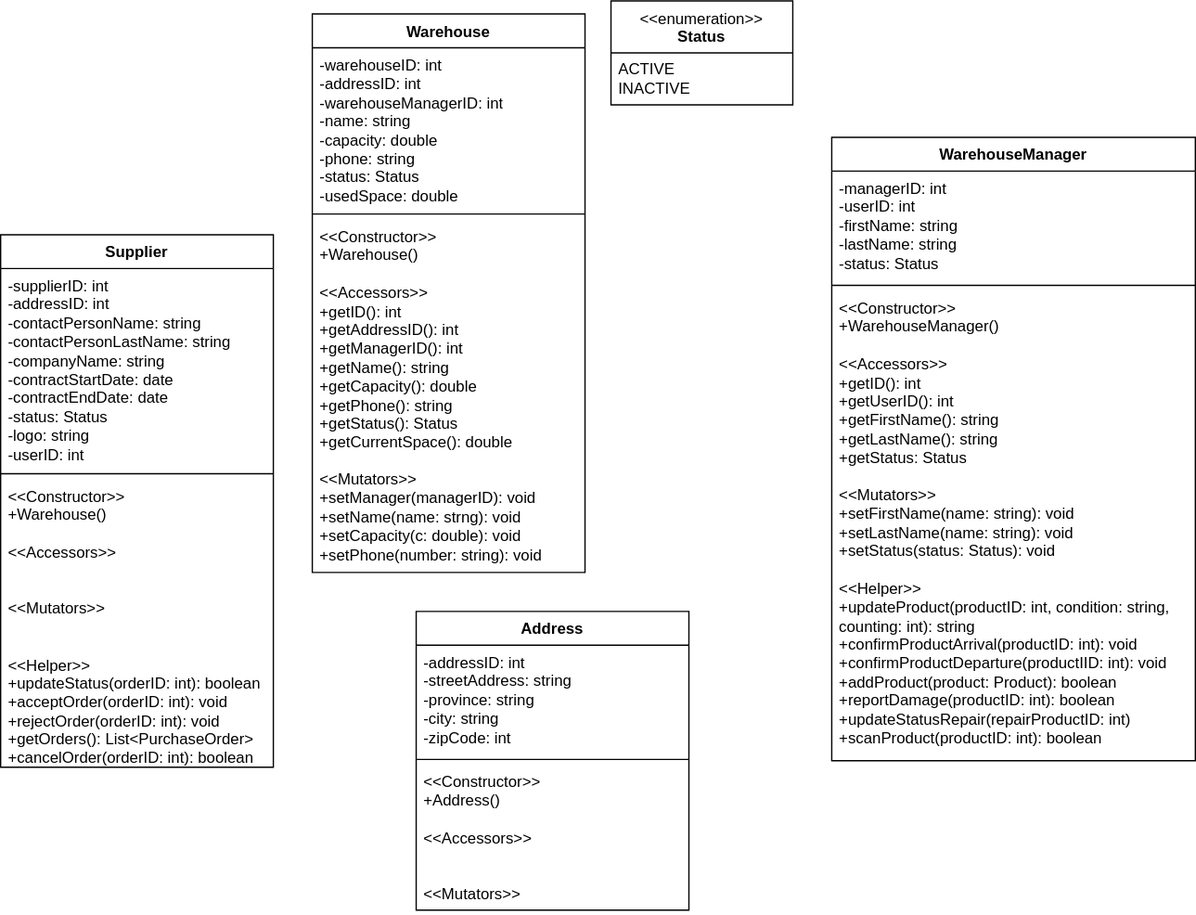
Above: nsirh-classes.svg in Simamkele88/IFM3_GP (draw.io), before the change. Source tidied: cells renumbered, new cells last; positions are measured from the earlier drawing's top-left corner, leaving out a move shared by most shapes.
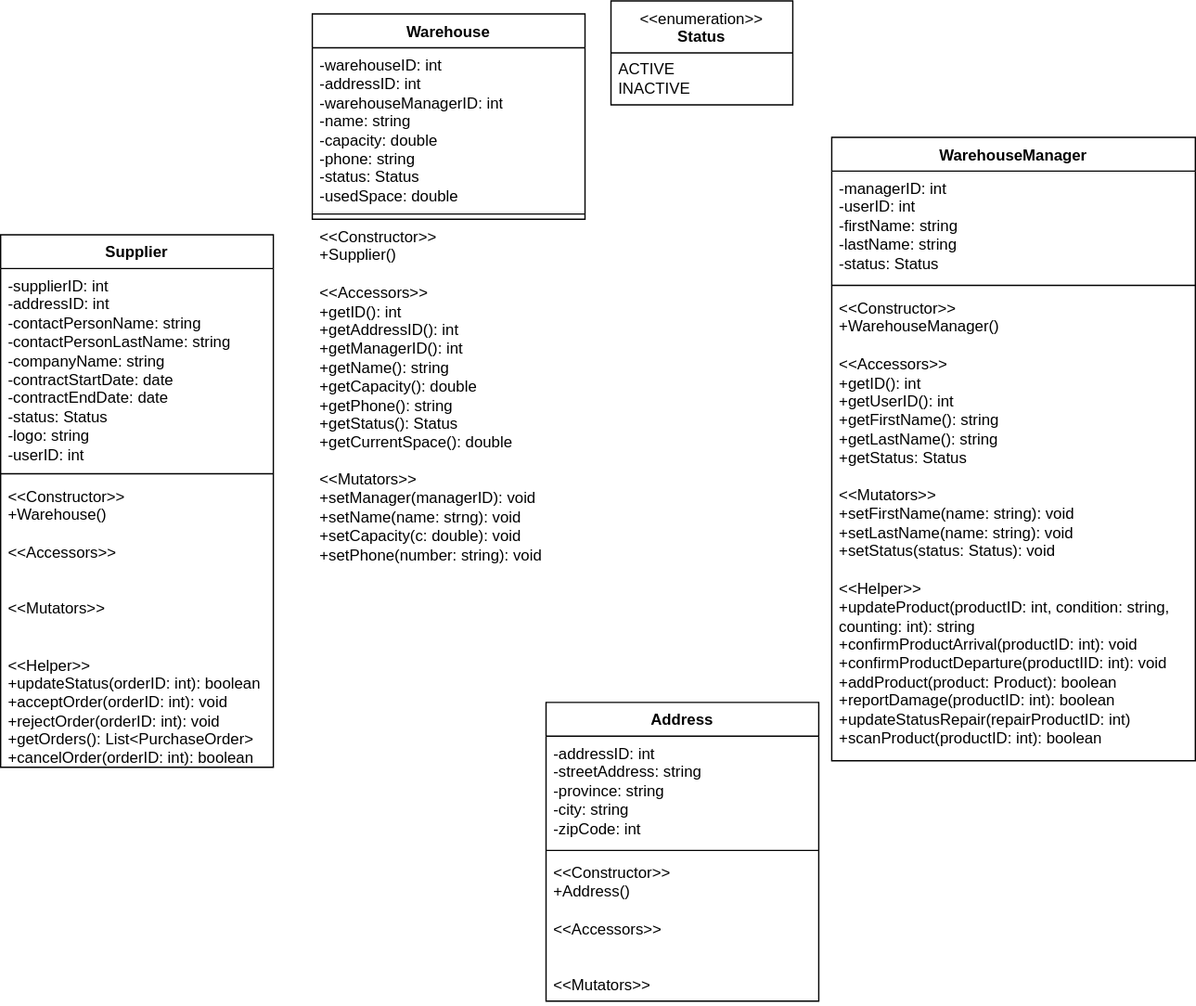
After the change.

Diff of the diagram source:
```diff
@@ -3,7 +3,7 @@
     <mxCell id="0" />
     <mxCell id="1" parent="0" />
     <mxCell id="2" value="Warehouse" style="swimlane;fontStyle=1;align=center;verticalAlign=top;horizontal=1;startSize=26;whiteSpace=wrap;html=1;" parent="1" vertex="1">
-      <mxGeometry x="240" y="10" width="210" height="430" as="geometry" />
+      <mxGeometry x="240" y="10" width="210" height="158" as="geometry" />
     </mxCell>
     <mxCell id="3" value="-warehouseID: int&lt;div&gt;-addressID: int&lt;/div&gt;&lt;div&gt;-warehouseManagerID: int&lt;/div&gt;&lt;div&gt;-name: string&lt;/div&gt;&lt;div&gt;-capacity: double&lt;/div&gt;&lt;div&gt;-phone: string&lt;/div&gt;&lt;div&gt;-status: Status&lt;/div&gt;&lt;div&gt;-usedSpace: double&lt;/div&gt;&lt;div&gt;&lt;br&gt;&lt;/div&gt;" style="text;strokeColor=none;fillColor=none;align=left;verticalAlign=top;spacingLeft=4;spacingRight=4;overflow=hidden;whiteSpace=wrap;html=1;" parent="2" vertex="1">
       <mxGeometry y="26" width="210" height="124" as="geometry" />
@@ -11,9 +11,6 @@
     <mxCell id="4" style="line;strokeWidth=1;fillColor=none;align=left;verticalAlign=middle;spacingTop=-1;spacingLeft=3;spacingRight=3;labelPosition=right;strokeColor=inherit;" parent="2" vertex="1">
       <mxGeometry y="150" width="210" height="8" as="geometry" />
     </mxCell>
-    <mxCell id="5" value="&amp;lt;&amp;lt;Constructor&amp;gt;&amp;gt;&lt;div&gt;+Warehouse()&lt;/div&gt;&lt;div&gt;&lt;br&gt;&lt;/div&gt;&lt;div&gt;&amp;lt;&amp;lt;Accessors&amp;gt;&amp;gt;&lt;/div&gt;&lt;div&gt;+getID(): int&lt;/div&gt;&lt;div&gt;+getAddressID(): int&lt;/div&gt;&lt;div&gt;+getManagerID(): int&lt;/div&gt;&lt;div&gt;+getName(): string&lt;/div&gt;&lt;div&gt;+getCapacity(): double&lt;/div&gt;&lt;div&gt;+getPhone(): string&lt;/div&gt;&lt;div&gt;+getStatus(): Status&lt;/div&gt;&lt;div&gt;+getCurrentSpace(): double&lt;/div&gt;&lt;div&gt;&lt;br&gt;&lt;/div&gt;&lt;div&gt;&amp;lt;&amp;lt;Mutators&amp;gt;&amp;gt;&lt;/div&gt;&lt;div&gt;+setManager(managerID): void&lt;/div&gt;&lt;div&gt;+setName(name: strng): void&lt;/div&gt;&lt;div&gt;+setCapacity(c: double): void&lt;/div&gt;&lt;div&gt;+setPhone(number: string): void&lt;/div&gt;&lt;div&gt;&lt;br&gt;&lt;/div&gt;" style="text;strokeColor=none;fillColor=none;align=left;verticalAlign=top;spacingLeft=4;spacingRight=4;overflow=hidden;whiteSpace=wrap;html=1;" parent="2" vertex="1">
-      <mxGeometry y="158" width="210" height="272" as="geometry" />
-    </mxCell>
     <mxCell id="6" value="&amp;lt;&amp;lt;enumeration&amp;gt;&amp;gt;&lt;br&gt;&lt;b&gt;Status&lt;/b&gt;" style="swimlane;fontStyle=0;align=center;verticalAlign=top;horizontal=1;startSize=40;html=1;whiteSpace=wrap;" parent="1" vertex="1">
       <mxGeometry x="470" width="140" height="80" as="geometry" />
     </mxCell>
@@ -45,7 +42,7 @@
       <mxGeometry y="188" width="210" height="222" as="geometry" />
     </mxCell>
     <mxCell id="16" value="Address" style="swimlane;fontStyle=1;align=center;verticalAlign=top;horizontal=1;startSize=26;whiteSpace=wrap;html=1;" parent="1" vertex="1">
-      <mxGeometry x="320" y="470" width="210" height="230" as="geometry" />
+      <mxGeometry x="420" y="540" width="210" height="230" as="geometry" />
     </mxCell>
     <mxCell id="17" value="-addressID: int&lt;div&gt;-streetAddress: string&lt;/div&gt;&lt;div&gt;-province: string&lt;/div&gt;&lt;div&gt;-city: string&lt;/div&gt;&lt;div&gt;-zipCode: int&lt;/div&gt;" style="text;strokeColor=none;fillColor=none;align=left;verticalAlign=top;spacingLeft=4;spacingRight=4;overflow=hidden;whiteSpace=wrap;html=1;" parent="16" vertex="1">
       <mxGeometry y="26" width="210" height="84" as="geometry" />
@@ -56,5 +53,8 @@
     <mxCell id="19" value="&amp;lt;&amp;lt;Constructor&amp;gt;&amp;gt;&lt;div&gt;+Address()&lt;/div&gt;&lt;div&gt;&lt;br&gt;&lt;/div&gt;&lt;div&gt;&amp;lt;&amp;lt;Accessors&amp;gt;&amp;gt;&lt;/div&gt;&lt;div&gt;&lt;br&gt;&lt;/div&gt;&lt;div&gt;&lt;br&gt;&lt;/div&gt;&lt;div&gt;&amp;lt;&amp;lt;Mutators&amp;gt;&amp;gt;&lt;/div&gt;&lt;div&gt;&lt;br&gt;&lt;/div&gt;&lt;div&gt;&lt;br&gt;&lt;/div&gt;" style="text;strokeColor=none;fillColor=none;align=left;verticalAlign=top;spacingLeft=4;spacingRight=4;overflow=hidden;whiteSpace=wrap;html=1;" parent="16" vertex="1">
       <mxGeometry y="118" width="210" height="112" as="geometry" />
     </mxCell>
+    <mxCell id="5" value="&amp;lt;&amp;lt;Constructor&amp;gt;&amp;gt;&lt;div&gt;+Supplier()&lt;/div&gt;&lt;div&gt;&lt;br&gt;&lt;/div&gt;&lt;div&gt;&amp;lt;&amp;lt;Accessors&amp;gt;&amp;gt;&lt;/div&gt;&lt;div&gt;+getID(): int&lt;/div&gt;&lt;div&gt;+getAddressID(): int&lt;/div&gt;&lt;div&gt;+getManagerID(): int&lt;/div&gt;&lt;div&gt;+getName(): string&lt;/div&gt;&lt;div&gt;+getCapacity(): double&lt;/div&gt;&lt;div&gt;+getPhone(): string&lt;/div&gt;&lt;div&gt;+getStatus(): Status&lt;/div&gt;&lt;div&gt;+getCurrentSpace(): double&lt;/div&gt;&lt;div&gt;&lt;br&gt;&lt;/div&gt;&lt;div&gt;&amp;lt;&amp;lt;Mutators&amp;gt;&amp;gt;&lt;/div&gt;&lt;div&gt;+setManager(managerID): void&lt;/div&gt;&lt;div&gt;+setName(name: strng): void&lt;/div&gt;&lt;div&gt;+setCapacity(c: double): void&lt;/div&gt;&lt;div&gt;+setPhone(number: string): void&lt;/div&gt;&lt;div&gt;&lt;br&gt;&lt;/div&gt;" style="text;strokeColor=none;fillColor=none;align=left;verticalAlign=top;spacingLeft=4;spacingRight=4;overflow=hidden;whiteSpace=wrap;html=1;" parent="1" vertex="1">
+      <mxGeometry x="240" y="168" width="210" height="272" as="geometry" />
+    </mxCell>
   </root>
 </mxGraphModel>
```
